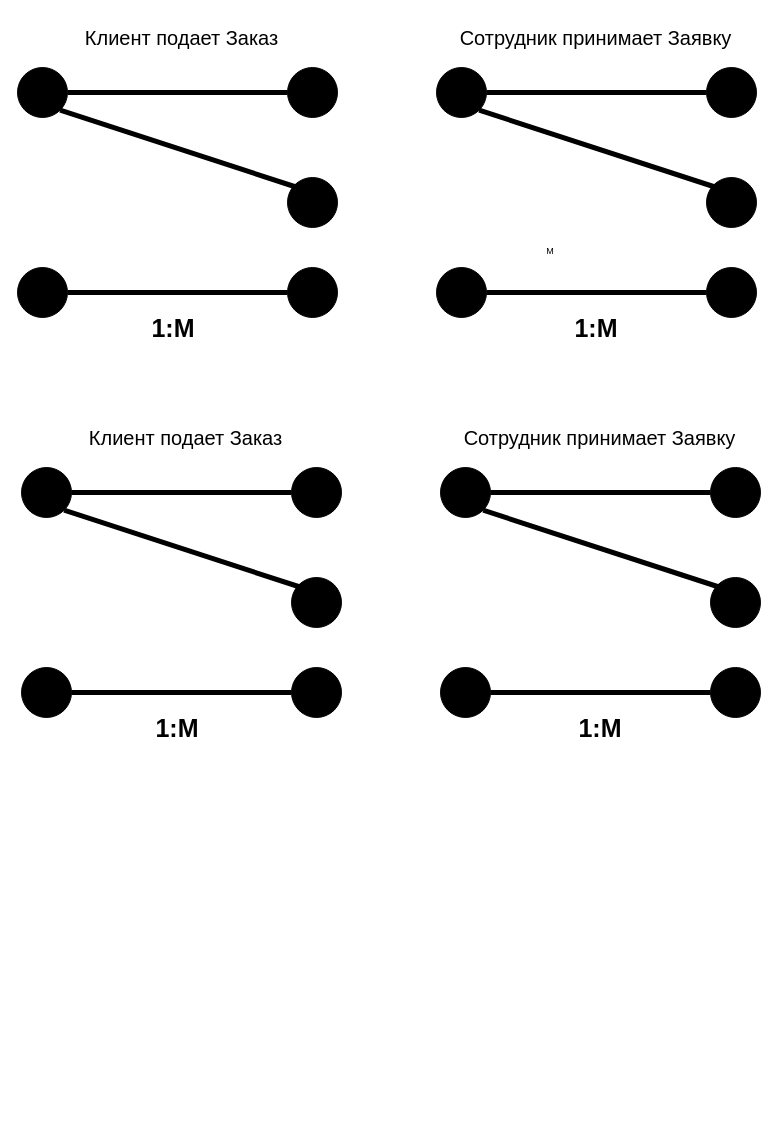
Earlier version of the draw.io diagram Untitled Diagram.drawio (AndreNazar/drawio). Source tidied: cells renumbered, new cells numbered last; positions are measured from the earlier drawing's top-left corner, leaving out a move shared by most shapes. Both pictures are drawn from the tidied source at 100%, with x=0, y=0 at pixel (17, 17).
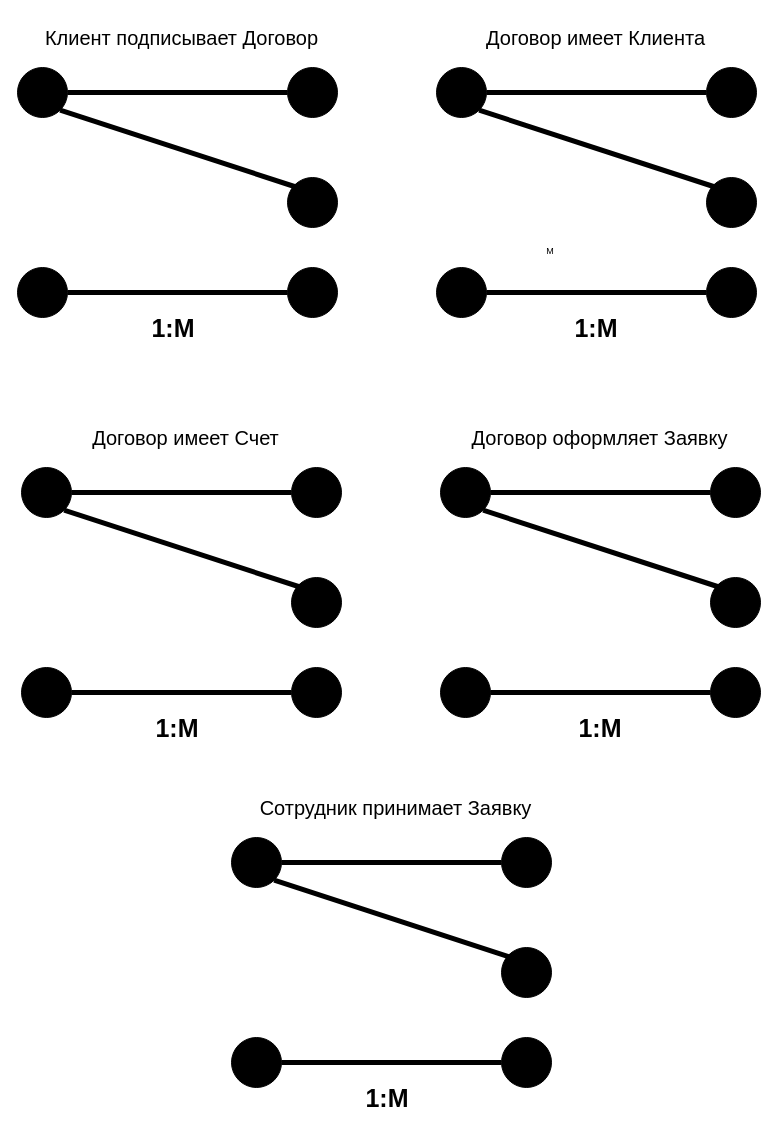
The same diagram, later.

What changed in the source:
```diff
@@
-    <mxCell id="19" value="Клиент подает&amp;nbsp;Заказ" style="text;html=1;strokeColor=none;fillColor=none;align=center;verticalAlign=middle;whiteSpace=wrap;rounded=0;fontSize=20;fontStyle=0;" parent="1" vertex="1">
+    <mxCell id="19" value="Клиент подписывает Договор" style="text;html=1;strokeColor=none;fillColor=none;align=center;verticalAlign=middle;whiteSpace=wrap;rounded=0;fontSize=20;fontStyle=0;" parent="1" vertex="1">
       <mxGeometry x="9" width="311" height="40" as="geometry" />
     </mxCell>
-    <mxCell id="20" value="Сотрудник принимает Заявку" style="text;html=1;strokeColor=none;fillColor=none;align=center;verticalAlign=middle;whiteSpace=wrap;rounded=0;fontSize=20;fontStyle=0;" parent="1" vertex="1">
+    <mxCell id="20" value="Договор имеет Клиента" style="text;html=1;strokeColor=none;fillColor=none;align=center;verticalAlign=middle;whiteSpace=wrap;rounded=0;fontSize=20;fontStyle=0;" parent="1" vertex="1">
       <mxGeometry x="419" width="319" height="40" as="geometry" />
     </mxCell>
@@
-    <mxCell id="39" value="Клиент подает&amp;nbsp;Заказ" style="text;html=1;strokeColor=none;fillColor=none;align=center;verticalAlign=middle;whiteSpace=wrap;rounded=0;fontSize=20;fontStyle=0;" parent="1" vertex="1">
+    <mxCell id="39" value="Договор имеет Счет" style="text;html=1;strokeColor=none;fillColor=none;align=center;verticalAlign=middle;whiteSpace=wrap;rounded=0;fontSize=20;fontStyle=0;" parent="1" vertex="1">
       <mxGeometry x="13" y="400" width="311" height="40" as="geometry" />
     </mxCell>
-    <mxCell id="40" value="Сотрудник принимает Заявку" style="text;html=1;strokeColor=none;fillColor=none;align=center;verticalAlign=middle;whiteSpace=wrap;rounded=0;fontSize=20;fontStyle=0;" parent="1" vertex="1">
+    <mxCell id="40" value="Договор оформляет Заявку" style="text;html=1;strokeColor=none;fillColor=none;align=center;verticalAlign=middle;whiteSpace=wrap;rounded=0;fontSize=20;fontStyle=0;" parent="1" vertex="1">
       <mxGeometry x="423" y="400" width="319" height="40" as="geometry" />
     </mxCell>
@@
+    <mxCell id="43" style="ellipse;whiteSpace=wrap;html=1;fillColor=#000000;" parent="1" vertex="1">
+      <mxGeometry x="214" y="820" width="50" height="50" as="geometry" />
+    </mxCell>
+    <mxCell id="44" style="edgeStyle=orthogonalEdgeStyle;rounded=0;jettySize=auto;html=1;exitX=0;exitY=0.5;exitDx=0;exitDy=0;entryX=1;entryY=0.5;entryDx=0;entryDy=0;strokeWidth=5;strokeColor=default;endArrow=none;endFill=0;" parent="1" edge="1" source="45" target="43">
+      <mxGeometry relative="1" as="geometry" />
+    </mxCell>
+    <mxCell id="45" style="ellipse;whiteSpace=wrap;html=1;fillColor=#000000;" parent="1" vertex="1">
+      <mxGeometry x="484" y="820" width="50" height="50" as="geometry" />
+    </mxCell>
+    <mxCell id="46" style="ellipse;whiteSpace=wrap;html=1;fillColor=#000000;" parent="1" vertex="1">
+      <mxGeometry x="484" y="930" width="50" height="50" as="geometry" />
+    </mxCell>
+    <mxCell id="47" style="ellipse;whiteSpace=wrap;html=1;fillColor=#000000;" parent="1" vertex="1">
+      <mxGeometry x="214" y="1020" width="50" height="50" as="geometry" />
+    </mxCell>
+    <mxCell id="48" style="ellipse;whiteSpace=wrap;html=1;fillColor=#000000;" parent="1" vertex="1">
+      <mxGeometry x="484" y="1020" width="50" height="50" as="geometry" />
+    </mxCell>
+    <mxCell id="49" style="endArrow=none;html=1;rounded=0;entryX=0;entryY=0.5;entryDx=0;entryDy=0;exitX=1;exitY=0.5;exitDx=0;exitDy=0;strokeWidth=5;" parent="1" edge="1" source="47" target="48">
+      <mxGeometry relative="1" as="geometry" />
+    </mxCell>
+    <mxCell id="50" style="endArrow=none;html=1;rounded=0;strokeColor=default;strokeWidth=5;exitX=1;exitY=1;exitDx=0;exitDy=0;" parent="1" edge="1" source="43">
+      <mxGeometry relative="1" as="geometry">
+        <mxPoint x="494" y="940" as="targetPoint" />
+      </mxGeometry>
+    </mxCell>
+    <mxCell id="51" value="1:М" style="text;html=1;strokeColor=none;fillColor=none;align=center;verticalAlign=middle;whiteSpace=wrap;rounded=0;fontSize=25;fontStyle=1;" parent="1" vertex="1">
+      <mxGeometry x="335" y="1060" width="70" height="40" as="geometry" />
+    </mxCell>
+    <mxCell id="52" value="Сотрудник принимает Заявку" style="text;html=1;strokeColor=none;fillColor=none;align=center;verticalAlign=middle;whiteSpace=wrap;rounded=0;fontSize=20;fontStyle=0;" parent="1" vertex="1">
+      <mxGeometry x="223" y="770" width="311" height="40" as="geometry" />
+    </mxCell>
```
